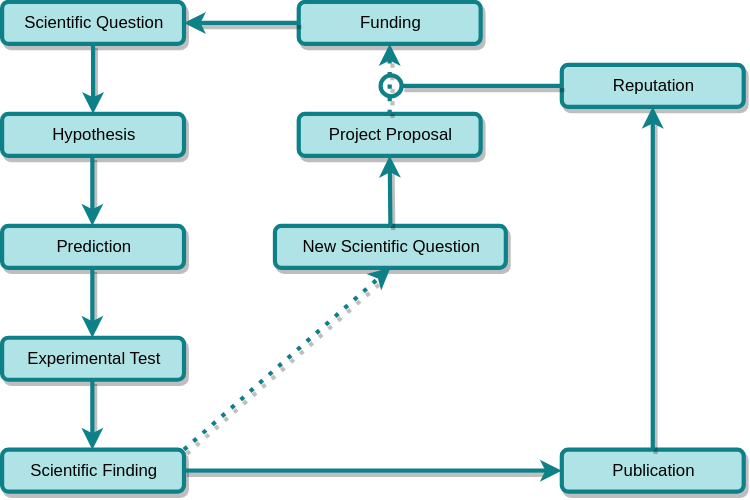
Earlier version of the draw.io export 2020-02-01_Fosdem/projectcycle.svg (JuliaSprenger/presentations). Source tidied: cells renumbered, new cells last; positions are measured from the earlier drawing's top-left corner, leaving out a move shared by most shapes. Source of this version:
```xml
<mxGraphModel background="#FFFFFF">
  <root>
    <mxCell id="0" />
    <mxCell id="1" parent="0" />
    <mxCell id="2" value="Scientific Question" style="rounded=1;whiteSpace=wrap;html=1;fillColor=#b0e3e6;strokeColor=#0e8088;strokeWidth=3;shadow=1;comic=0;" parent="1" vertex="1">
      <mxGeometry y="-0.3" width="130" height="30" as="geometry" />
    </mxCell>
    <mxCell id="3" value="&lt;div&gt;Hypothesis&lt;/div&gt;" style="rounded=1;whiteSpace=wrap;html=1;fillColor=#b0e3e6;strokeColor=#0e8088;strokeWidth=3;shadow=1;comic=0;" parent="1" vertex="1">
      <mxGeometry y="79.7" width="130" height="30" as="geometry" />
    </mxCell>
    <mxCell id="4" value="Prediction" style="rounded=1;whiteSpace=wrap;html=1;fillColor=#b0e3e6;strokeColor=#0e8088;strokeWidth=3;shadow=1;comic=0;" parent="1" vertex="1">
      <mxGeometry y="159.7" width="130" height="30" as="geometry" />
    </mxCell>
    <mxCell id="5" value="Experimental Test" style="rounded=1;whiteSpace=wrap;html=1;fillColor=#b0e3e6;strokeColor=#0e8088;strokeWidth=3;shadow=1;comic=0;" parent="1" vertex="1">
      <mxGeometry y="239.7" width="130" height="30" as="geometry" />
    </mxCell>
    <mxCell id="6" value="Scientific Finding" style="rounded=1;whiteSpace=wrap;html=1;fillColor=#b0e3e6;strokeColor=#0e8088;strokeWidth=3;shadow=1;comic=0;" parent="1" vertex="1">
      <mxGeometry y="319.7" width="130" height="30" as="geometry" />
    </mxCell>
    <mxCell id="7" value="Publication" style="rounded=1;whiteSpace=wrap;html=1;fillColor=#b0e3e6;strokeColor=#0e8088;strokeWidth=3;shadow=1;comic=0;" parent="1" vertex="1">
      <mxGeometry x="400" y="319.7" width="130" height="30" as="geometry" />
    </mxCell>
    <mxCell id="8" value="New Scientific Question" style="rounded=1;whiteSpace=wrap;html=1;fillColor=#b0e3e6;strokeColor=#0e8088;strokeWidth=3;shadow=1;comic=0;" parent="1" vertex="1">
      <mxGeometry x="195" y="159.7" width="165" height="30" as="geometry" />
    </mxCell>
    <mxCell id="9" value="Project Proposal" style="rounded=1;whiteSpace=wrap;html=1;fillColor=#b0e3e6;strokeColor=#0e8088;strokeWidth=3;shadow=1;comic=0;" parent="1" vertex="1">
      <mxGeometry x="212" y="79.7" width="130" height="30" as="geometry" />
    </mxCell>
    <mxCell id="10" value="Reputation" style="rounded=1;whiteSpace=wrap;html=1;fillColor=#b0e3e6;strokeColor=#0e8088;strokeWidth=3;shadow=1;comic=0;" parent="1" vertex="1">
      <mxGeometry x="400" y="44.7" width="130" height="30" as="geometry" />
    </mxCell>
    <mxCell id="11" value="Funding" style="rounded=1;whiteSpace=wrap;html=1;fillColor=#b0e3e6;strokeColor=#0e8088;strokeWidth=3;shadow=1;comic=0;" parent="1" vertex="1">
      <mxGeometry x="212" y="-0.3" width="130" height="30" as="geometry" />
    </mxCell>
    <mxCell id="12" style="endArrow=classic;html=1;exitX=0.5;exitY=1;exitDx=0;exitDy=0;entryX=0.5;entryY=0;entryDx=0;entryDy=0;fillColor=#b0e3e6;strokeColor=#0e8088;strokeWidth=3;shadow=1;comic=0;" parent="1" edge="1" source="2" target="3">
      <mxGeometry relative="1" as="geometry" />
    </mxCell>
    <mxCell id="13" style="endArrow=classic;html=1;exitX=0.5;exitY=1;exitDx=0;exitDy=0;entryX=0.5;entryY=0;entryDx=0;entryDy=0;fillColor=#b0e3e6;strokeColor=#0e8088;strokeWidth=3;shadow=1;comic=0;" parent="1" edge="1">
      <mxGeometry relative="1" as="geometry">
        <mxPoint x="64.5" y="109.7" as="sourcePoint" />
        <mxPoint x="64.5" y="159.7" as="targetPoint" />
      </mxGeometry>
    </mxCell>
    <mxCell id="14" style="endArrow=classic;html=1;exitX=0.5;exitY=1;exitDx=0;exitDy=0;entryX=0.5;entryY=0;entryDx=0;entryDy=0;fillColor=#b0e3e6;strokeColor=#0e8088;strokeWidth=3;shadow=1;comic=0;" parent="1" edge="1">
      <mxGeometry relative="1" as="geometry">
        <mxPoint x="64.5" y="189.7" as="sourcePoint" />
        <mxPoint x="64.5" y="239.7" as="targetPoint" />
      </mxGeometry>
    </mxCell>
    <mxCell id="15" style="endArrow=classic;html=1;exitX=0.5;exitY=1;exitDx=0;exitDy=0;entryX=0.5;entryY=0;entryDx=0;entryDy=0;fillColor=#b0e3e6;strokeColor=#0e8088;strokeWidth=3;shadow=1;comic=0;" parent="1" edge="1">
      <mxGeometry relative="1" as="geometry">
        <mxPoint x="64.5" y="269.7" as="sourcePoint" />
        <mxPoint x="64.5" y="319.7" as="targetPoint" />
      </mxGeometry>
    </mxCell>
    <mxCell id="16" style="endArrow=classic;html=1;exitX=1;exitY=0;exitDx=0;exitDy=0;entryX=0.5;entryY=1;entryDx=0;entryDy=0;dashed=1;dashPattern=1 2;fillColor=#b0e3e6;strokeColor=#0e8088;strokeWidth=3;shadow=1;comic=0;" parent="1" edge="1" source="6" target="8">
      <mxGeometry relative="1" as="geometry" />
    </mxCell>
    <mxCell id="17" style="endArrow=classic;html=1;exitX=0.5;exitY=0;exitDx=0;exitDy=0;entryX=0.5;entryY=1;entryDx=0;entryDy=0;fillColor=#b0e3e6;strokeColor=#0e8088;strokeWidth=3;shadow=1;comic=0;" parent="1" edge="1" source="8" target="9">
      <mxGeometry relative="1" as="geometry" />
    </mxCell>
    <mxCell id="18" style="endArrow=classic;html=1;exitX=0.5;exitY=0;exitDx=0;exitDy=0;entryX=0.5;entryY=1;entryDx=0;entryDy=0;dashed=1;dashPattern=1 2;fillColor=#b0e3e6;strokeColor=#0e8088;strokeWidth=3;shadow=1;comic=0;" parent="1" edge="1" source="9" target="11">
      <mxGeometry relative="1" as="geometry" />
    </mxCell>
    <mxCell id="19" style="endArrow=classic;html=1;exitX=0;exitY=0.5;exitDx=0;exitDy=0;entryX=1;entryY=0.5;entryDx=0;entryDy=0;fillColor=#b0e3e6;strokeColor=#0e8088;strokeWidth=3;shadow=1;comic=0;" parent="1" edge="1" source="11" target="2">
      <mxGeometry relative="1" as="geometry" />
    </mxCell>
    <mxCell id="20" style="endArrow=classic;html=1;fillColor=#b0e3e6;strokeColor=#0e8088;exitX=1;exitY=0.5;exitDx=0;exitDy=0;strokeWidth=3;shadow=1;comic=0;" parent="1" edge="1" source="6">
      <mxGeometry relative="1" as="geometry">
        <mxPoint x="400" y="334.7" as="targetPoint" />
      </mxGeometry>
    </mxCell>
    <mxCell id="21" style="endArrow=oval;html=1;endFill=0;targetPerimeterSpacing=0;sourcePerimeterSpacing=0;endSize=15;fillColor=#b0e3e6;strokeColor=#0e8088;strokeWidth=3;shadow=1;comic=0;" parent="1" edge="1" source="10">
      <mxGeometry relative="1" as="geometry">
        <mxPoint x="278" y="59.7" as="targetPoint" />
      </mxGeometry>
    </mxCell>
    <mxCell id="22" style="endArrow=classic;html=1;exitX=0.5;exitY=0;exitDx=0;exitDy=0;entryX=0.5;entryY=1;entryDx=0;entryDy=0;fillColor=#b0e3e6;strokeColor=#0e8088;strokeWidth=3;shadow=1;comic=0;" parent="1" edge="1" source="7" target="10">
      <mxGeometry relative="1" as="geometry" />
    </mxCell>
  </root>
</mxGraphModel>
```
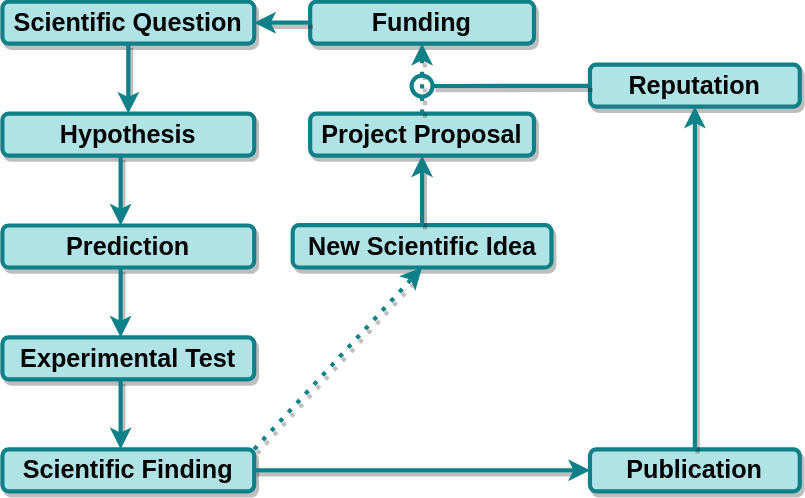
Above is the later version.

What changed in the source:
```diff
@@ -2,52 +2,52 @@
   <root>
     <mxCell id="0" />
     <mxCell id="1" parent="0" />
-    <mxCell id="2" value="Scientific Question" style="rounded=1;whiteSpace=wrap;html=1;fillColor=#b0e3e6;strokeColor=#0e8088;strokeWidth=3;shadow=1;comic=0;" parent="1" vertex="1">
-      <mxGeometry y="-0.3" width="130" height="30" as="geometry" />
+    <mxCell id="2" value="Scientific Question" style="rounded=1;whiteSpace=wrap;html=1;fillColor=#b0e3e6;strokeColor=#0e8088;strokeWidth=3;shadow=1;comic=0;fontSize=18;fontStyle=1;" parent="1" vertex="1">
+      <mxGeometry x="-20" y="-0.3" width="180" height="30" as="geometry" />
     </mxCell>
-    <mxCell id="3" value="&lt;div&gt;Hypothesis&lt;/div&gt;" style="rounded=1;whiteSpace=wrap;html=1;fillColor=#b0e3e6;strokeColor=#0e8088;strokeWidth=3;shadow=1;comic=0;" parent="1" vertex="1">
-      <mxGeometry y="79.7" width="130" height="30" as="geometry" />
+    <mxCell id="3" value="&lt;div style=&quot;font-size: 18px;&quot;&gt;Hypothesis&lt;/div&gt;" style="rounded=1;whiteSpace=wrap;html=1;fillColor=#b0e3e6;strokeColor=#0e8088;strokeWidth=3;shadow=1;comic=0;fontSize=18;fontStyle=1;" parent="1" vertex="1">
+      <mxGeometry x="-20" y="79.7" width="180" height="30" as="geometry" />
     </mxCell>
-    <mxCell id="4" value="Prediction" style="rounded=1;whiteSpace=wrap;html=1;fillColor=#b0e3e6;strokeColor=#0e8088;strokeWidth=3;shadow=1;comic=0;" parent="1" vertex="1">
-      <mxGeometry y="159.7" width="130" height="30" as="geometry" />
+    <mxCell id="4" value="Prediction" style="rounded=1;whiteSpace=wrap;html=1;fillColor=#b0e3e6;strokeColor=#0e8088;strokeWidth=3;shadow=1;comic=0;fontSize=18;fontStyle=1;" parent="1" vertex="1">
+      <mxGeometry x="-20" y="159.7" width="180" height="30" as="geometry" />
     </mxCell>
-    <mxCell id="5" value="Experimental Test" style="rounded=1;whiteSpace=wrap;html=1;fillColor=#b0e3e6;strokeColor=#0e8088;strokeWidth=3;shadow=1;comic=0;" parent="1" vertex="1">
-      <mxGeometry y="239.7" width="130" height="30" as="geometry" />
+    <mxCell id="5" value="Experimental Test" style="rounded=1;whiteSpace=wrap;html=1;fillColor=#b0e3e6;strokeColor=#0e8088;strokeWidth=3;shadow=1;comic=0;fontSize=18;fontStyle=1;" parent="1" vertex="1">
+      <mxGeometry x="-20" y="239.7" width="180" height="30" as="geometry" />
     </mxCell>
-    <mxCell id="6" value="Scientific Finding" style="rounded=1;whiteSpace=wrap;html=1;fillColor=#b0e3e6;strokeColor=#0e8088;strokeWidth=3;shadow=1;comic=0;" parent="1" vertex="1">
-      <mxGeometry y="319.7" width="130" height="30" as="geometry" />
+    <mxCell id="6" value="Scientific Finding" style="rounded=1;whiteSpace=wrap;html=1;fillColor=#b0e3e6;strokeColor=#0e8088;strokeWidth=3;shadow=1;comic=0;fontSize=18;fontStyle=1;" parent="1" vertex="1">
+      <mxGeometry x="-20" y="319.7" width="180" height="30" as="geometry" />
     </mxCell>
-    <mxCell id="7" value="Publication" style="rounded=1;whiteSpace=wrap;html=1;fillColor=#b0e3e6;strokeColor=#0e8088;strokeWidth=3;shadow=1;comic=0;" parent="1" vertex="1">
-      <mxGeometry x="400" y="319.7" width="130" height="30" as="geometry" />
+    <mxCell id="7" value="Publication" style="rounded=1;whiteSpace=wrap;html=1;fillColor=#b0e3e6;strokeColor=#0e8088;strokeWidth=3;shadow=1;comic=0;fontSize=18;fontStyle=1;" parent="1" vertex="1">
+      <mxGeometry x="400" y="319.7" width="150" height="30" as="geometry" />
     </mxCell>
-    <mxCell id="8" value="New Scientific Question" style="rounded=1;whiteSpace=wrap;html=1;fillColor=#b0e3e6;strokeColor=#0e8088;strokeWidth=3;shadow=1;comic=0;" parent="1" vertex="1">
-      <mxGeometry x="195" y="159.7" width="165" height="30" as="geometry" />
+    <mxCell id="8" value="New Scientific Idea" style="rounded=1;fillColor=#b0e3e6;strokeColor=#0e8088;strokeWidth=3;shadow=1;comic=0;fontSize=18;fontStyle=1;html=1;" parent="1" vertex="1">
+      <mxGeometry x="187.5" y="159.4" width="185" height="30.3" as="geometry" />
     </mxCell>
-    <mxCell id="9" value="Project Proposal" style="rounded=1;whiteSpace=wrap;html=1;fillColor=#b0e3e6;strokeColor=#0e8088;strokeWidth=3;shadow=1;comic=0;" parent="1" vertex="1">
-      <mxGeometry x="212" y="79.7" width="130" height="30" as="geometry" />
+    <mxCell id="9" value="Project Proposal" style="rounded=1;whiteSpace=wrap;html=1;fillColor=#b0e3e6;strokeColor=#0e8088;strokeWidth=3;shadow=1;comic=0;fontSize=18;fontStyle=1;" parent="1" vertex="1">
+      <mxGeometry x="200" y="79.7" width="160" height="30" as="geometry" />
     </mxCell>
-    <mxCell id="10" value="Reputation" style="rounded=1;whiteSpace=wrap;html=1;fillColor=#b0e3e6;strokeColor=#0e8088;strokeWidth=3;shadow=1;comic=0;" parent="1" vertex="1">
-      <mxGeometry x="400" y="44.7" width="130" height="30" as="geometry" />
+    <mxCell id="10" value="Reputation" style="rounded=1;whiteSpace=wrap;html=1;fillColor=#b0e3e6;strokeColor=#0e8088;strokeWidth=3;shadow=1;comic=0;fontSize=18;fontStyle=1;" parent="1" vertex="1">
+      <mxGeometry x="400" y="44.7" width="150" height="30" as="geometry" />
     </mxCell>
-    <mxCell id="11" value="Funding" style="rounded=1;whiteSpace=wrap;html=1;fillColor=#b0e3e6;strokeColor=#0e8088;strokeWidth=3;shadow=1;comic=0;" parent="1" vertex="1">
-      <mxGeometry x="212" y="-0.3" width="130" height="30" as="geometry" />
+    <mxCell id="11" value="Funding" style="rounded=1;whiteSpace=wrap;html=1;fillColor=#b0e3e6;strokeColor=#0e8088;strokeWidth=3;shadow=1;comic=0;fontSize=18;fontStyle=1;" parent="1" vertex="1">
+      <mxGeometry x="200" y="-0.3" width="160" height="30" as="geometry" />
     </mxCell>
-    <mxCell id="12" style="endArrow=classic;html=1;exitX=0.5;exitY=1;exitDx=0;exitDy=0;entryX=0.5;entryY=0;entryDx=0;entryDy=0;fillColor=#b0e3e6;strokeColor=#0e8088;strokeWidth=3;shadow=1;comic=0;" parent="1" edge="1" source="2" target="3">
+    <mxCell id="12" style="endArrow=classic;html=1;exitX=0.5;exitY=1;exitDx=0;exitDy=0;entryX=0.5;entryY=0;entryDx=0;entryDy=0;fillColor=#b0e3e6;strokeColor=#0e8088;strokeWidth=3;shadow=1;comic=0;fontSize=18;fontStyle=1;" parent="1" edge="1" source="2" target="3">
       <mxGeometry relative="1" as="geometry" />
     </mxCell>
-    <mxCell id="13" style="endArrow=classic;html=1;exitX=0.5;exitY=1;exitDx=0;exitDy=0;entryX=0.5;entryY=0;entryDx=0;entryDy=0;fillColor=#b0e3e6;strokeColor=#0e8088;strokeWidth=3;shadow=1;comic=0;" parent="1" edge="1">
+    <mxCell id="13" style="endArrow=classic;html=1;exitX=0.5;exitY=1;exitDx=0;exitDy=0;entryX=0.5;entryY=0;entryDx=0;entryDy=0;fillColor=#b0e3e6;strokeColor=#0e8088;strokeWidth=3;shadow=1;comic=0;fontSize=18;fontStyle=1;" parent="1" edge="1">
       <mxGeometry relative="1" as="geometry">
         <mxPoint x="64.5" y="109.7" as="sourcePoint" />
         <mxPoint x="64.5" y="159.7" as="targetPoint" />
       </mxGeometry>
     </mxCell>
-    <mxCell id="14" style="endArrow=classic;html=1;exitX=0.5;exitY=1;exitDx=0;exitDy=0;entryX=0.5;entryY=0;entryDx=0;entryDy=0;fillColor=#b0e3e6;strokeColor=#0e8088;strokeWidth=3;shadow=1;comic=0;" parent="1" edge="1">
+    <mxCell id="14" style="endArrow=classic;html=1;exitX=0.5;exitY=1;exitDx=0;exitDy=0;entryX=0.5;entryY=0;entryDx=0;entryDy=0;fillColor=#b0e3e6;strokeColor=#0e8088;strokeWidth=3;shadow=1;comic=0;fontSize=18;fontStyle=1;" parent="1" edge="1">
       <mxGeometry relative="1" as="geometry">
         <mxPoint x="64.5" y="189.7" as="sourcePoint" />
         <mxPoint x="64.5" y="239.7" as="targetPoint" />
       </mxGeometry>
     </mxCell>
-    <mxCell id="15" style="endArrow=classic;html=1;exitX=0.5;exitY=1;exitDx=0;exitDy=0;entryX=0.5;entryY=0;entryDx=0;entryDy=0;fillColor=#b0e3e6;strokeColor=#0e8088;strokeWidth=3;shadow=1;comic=0;" parent="1" edge="1">
+    <mxCell id="15" style="endArrow=classic;html=1;exitX=0.5;exitY=1;exitDx=0;exitDy=0;entryX=0.5;entryY=0;entryDx=0;entryDy=0;fillColor=#b0e3e6;strokeColor=#0e8088;strokeWidth=3;shadow=1;comic=0;fontSize=18;fontStyle=1;" parent="1" edge="1">
       <mxGeometry relative="1" as="geometry">
         <mxPoint x="64.5" y="269.7" as="sourcePoint" />
         <mxPoint x="64.5" y="319.7" as="targetPoint" />
@@ -56,10 +56,10 @@
     <mxCell id="16" style="endArrow=classic;html=1;exitX=1;exitY=0;exitDx=0;exitDy=0;entryX=0.5;entryY=1;entryDx=0;entryDy=0;dashed=1;dashPattern=1 2;fillColor=#b0e3e6;strokeColor=#0e8088;strokeWidth=3;shadow=1;comic=0;" parent="1" edge="1" source="6" target="8">
       <mxGeometry relative="1" as="geometry" />
     </mxCell>
-    <mxCell id="17" style="endArrow=classic;html=1;exitX=0.5;exitY=0;exitDx=0;exitDy=0;entryX=0.5;entryY=1;entryDx=0;entryDy=0;fillColor=#b0e3e6;strokeColor=#0e8088;strokeWidth=3;shadow=1;comic=0;" parent="1" edge="1" source="8" target="9">
+    <mxCell id="17" style="endArrow=classic;html=1;exitX=0.5;exitY=0;exitDx=0;exitDy=0;entryX=0.5;entryY=1;entryDx=0;entryDy=0;fillColor=#b0e3e6;strokeColor=#0e8088;strokeWidth=3;shadow=1;comic=0;fontSize=18;fontStyle=1;" parent="1" edge="1" source="8" target="9">
       <mxGeometry relative="1" as="geometry" />
     </mxCell>
-    <mxCell id="18" style="endArrow=classic;html=1;exitX=0.5;exitY=0;exitDx=0;exitDy=0;entryX=0.5;entryY=1;entryDx=0;entryDy=0;dashed=1;dashPattern=1 2;fillColor=#b0e3e6;strokeColor=#0e8088;strokeWidth=3;shadow=1;comic=0;" parent="1" edge="1" source="9" target="11">
+    <mxCell id="18" style="endArrow=classic;html=1;exitX=0.5;exitY=0;exitDx=0;exitDy=0;entryX=0.5;entryY=1;entryDx=0;entryDy=0;dashed=1;dashPattern=1 2;fillColor=#b0e3e6;strokeColor=#0e8088;strokeWidth=3;shadow=1;comic=0;fontSize=18;fontStyle=1;" parent="1" edge="1" source="9" target="11">
       <mxGeometry relative="1" as="geometry" />
     </mxCell>
     <mxCell id="19" style="endArrow=classic;html=1;exitX=0;exitY=0.5;exitDx=0;exitDy=0;entryX=1;entryY=0.5;entryDx=0;entryDy=0;fillColor=#b0e3e6;strokeColor=#0e8088;strokeWidth=3;shadow=1;comic=0;" parent="1" edge="1" source="11" target="2">
@@ -70,13 +70,13 @@
         <mxPoint x="400" y="334.7" as="targetPoint" />
       </mxGeometry>
     </mxCell>
-    <mxCell id="21" style="endArrow=oval;html=1;endFill=0;targetPerimeterSpacing=0;sourcePerimeterSpacing=0;endSize=15;fillColor=#b0e3e6;strokeColor=#0e8088;strokeWidth=3;shadow=1;comic=0;" parent="1" edge="1" source="10">
-      <mxGeometry relative="1" as="geometry">
-        <mxPoint x="278" y="59.7" as="targetPoint" />
-      </mxGeometry>
-    </mxCell>
-    <mxCell id="22" style="endArrow=classic;html=1;exitX=0.5;exitY=0;exitDx=0;exitDy=0;entryX=0.5;entryY=1;entryDx=0;entryDy=0;fillColor=#b0e3e6;strokeColor=#0e8088;strokeWidth=3;shadow=1;comic=0;" parent="1" edge="1" source="7" target="10">
+    <mxCell id="22" style="endArrow=classic;html=1;exitX=0.5;exitY=0;exitDx=0;exitDy=0;entryX=0.5;entryY=1;entryDx=0;entryDy=0;fillColor=#b0e3e6;strokeColor=#0e8088;strokeWidth=3;shadow=1;comic=0;fontSize=18;fontStyle=1;" parent="1" edge="1" source="7" target="10">
       <mxGeometry relative="1" as="geometry" />
     </mxCell>
+    <mxCell id="23" style="endArrow=oval;html=1;endFill=0;targetPerimeterSpacing=0;sourcePerimeterSpacing=0;endSize=15;fillColor=#b0e3e6;strokeColor=#0e8088;strokeWidth=3;shadow=1;comic=0;" parent="1" edge="1" source="10">
+      <mxGeometry relative="1" as="geometry">
+        <mxPoint x="280" y="60" as="targetPoint" />
+      </mxGeometry>
+    </mxCell>
   </root>
 </mxGraphModel>
```
